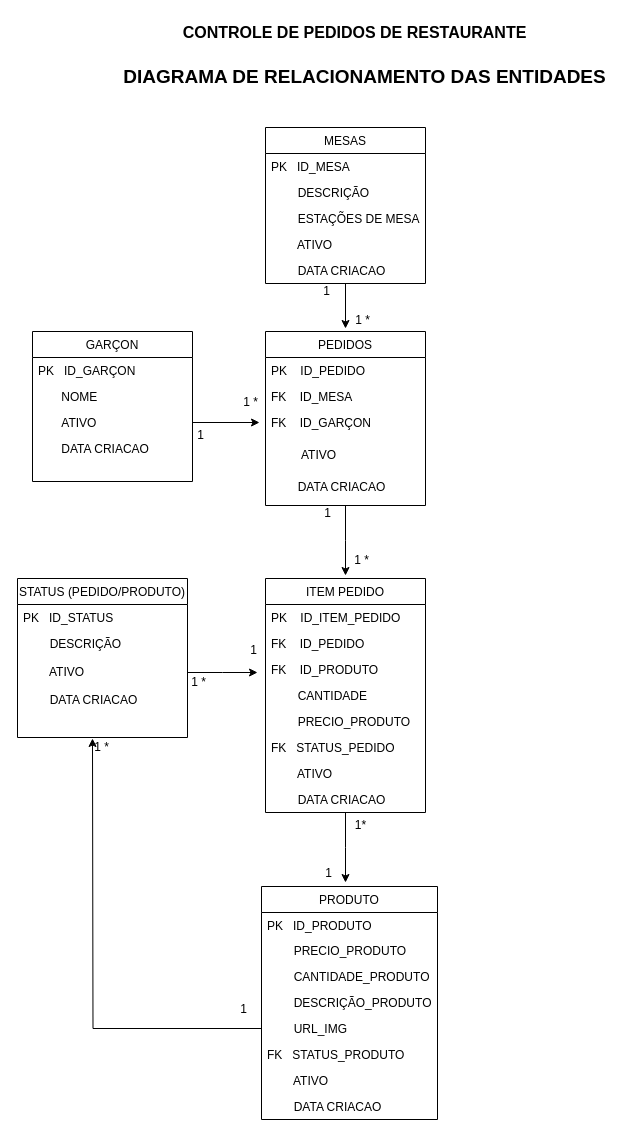
pfabreuave/CURSO_DADOS_PBI keeps this draw.io diagram as diagramas/rest_relaciones.drawio. Above is the earlier version. Source tidied: cells renumbered, new cells numbered last; positions are measured from the earlier drawing's top-left corner, leaving out a move shared by most shapes. Both pictures are drawn from the tidied source at 100%, with x=0, y=0 at pixel (17, 17).
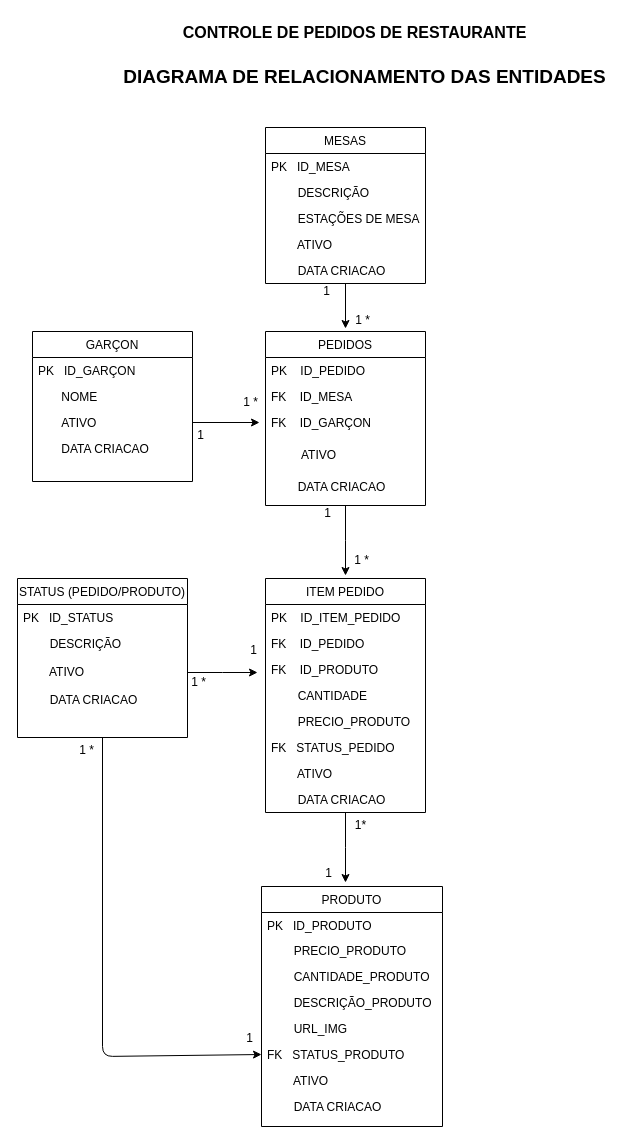
The same diagram, later.

Commit message (it also covers changes not shown here):
se agregan nuevas consultas

Unchanged cells that the change refers to:
```xml
<mxCell id="21" value="STATUS (PEDIDO/PRODUTO)" style="swimlane;fontStyle=0;align=center;verticalAlign=top;horizontal=1;startSize=26;rounded=0;shadow=0;strokeWidth=1;" parent="1" vertex="1">
  <mxGeometry y="561" width="170" height="159" as="geometry" />
</mxCell>
```

Diff of the diagram source:
```diff
@@
+    <mxCell id="62" style="edgeStyle=none;html=1;entryX=0;entryY=0.5;entryDx=0;entryDy=0;" parent="1" edge="1" source="21" target="42">
+      <mxGeometry relative="1" as="geometry">
+        <Array as="points">
+          <mxPoint x="85" y="1039" />
+        </Array>
+      </mxGeometry>
+    </mxCell>
@@
     <mxCell id="36" value="PRODUTO" style="swimlane;fontStyle=0;align=center;verticalAlign=top;horizontal=1;startSize=26;rounded=0;shadow=0;strokeWidth=1;" parent="1" vertex="1">
-      <mxGeometry x="244" y="869" width="176" height="233" as="geometry" />
+      <mxGeometry x="244" y="869" width="181" height="240" as="geometry" />
     </mxCell>
     <mxCell id="37" value="PK   ID_PRODUTO" style="text;align=left;verticalAlign=top;spacingLeft=4;spacingRight=4;overflow=hidden;rounded=0;" parent="36" vertex="1">
-      <mxGeometry y="26" width="176" height="25" as="geometry" />
+      <mxGeometry y="26" width="181" height="25" as="geometry" />
     </mxCell>
     <mxCell id="38" value="        PRECIO_PRODUTO" style="text;align=left;verticalAlign=top;spacingLeft=4;spacingRight=4;overflow=hidden;rounded=0;shadow=0;html=0;" parent="36" vertex="1">
-      <mxGeometry y="51" width="176" height="26" as="geometry" />
+      <mxGeometry y="51" width="181" height="26" as="geometry" />
     </mxCell>
     <mxCell id="39" value="        CANTIDADE_PRODUTO" style="text;align=left;verticalAlign=top;spacingLeft=4;spacingRight=4;overflow=hidden;rounded=0;shadow=0;html=0;" parent="36" vertex="1">
-      <mxGeometry y="77" width="176" height="26" as="geometry" />
+      <mxGeometry y="77" width="181" height="26" as="geometry" />
     </mxCell>
     <mxCell id="40" value="        DESCRIÇÃO_PRODUTO" style="text;align=left;verticalAlign=top;spacingLeft=4;spacingRight=4;overflow=hidden;rounded=0;shadow=0;html=0;" parent="36" vertex="1">
-      <mxGeometry y="103" width="176" height="26" as="geometry" />
+      <mxGeometry y="103" width="181" height="26" as="geometry" />
     </mxCell>
     <mxCell id="41" value="        URL_IMG" style="text;align=left;verticalAlign=top;spacingLeft=4;spacingRight=4;overflow=hidden;points=[[0,0.5],[1,0.5]];portConstraint=eastwest;rounded=0;shadow=0;html=0;" parent="36" vertex="1">
-      <mxGeometry y="129" width="176" height="26" as="geometry" />
+      <mxGeometry y="129" width="181" height="26" as="geometry" />
     </mxCell>
     <mxCell id="42" value="FK   STATUS_PRODUTO" style="text;align=left;verticalAlign=top;spacingLeft=4;spacingRight=4;overflow=hidden;points=[[0,0.5],[1,0.5]];portConstraint=eastwest;rounded=0;shadow=0;html=0;" parent="36" vertex="1">
-      <mxGeometry y="155" width="176" height="26" as="geometry" />
+      <mxGeometry y="155" width="181" height="26" as="geometry" />
     </mxCell>
     <mxCell id="43" value="        ATIVO" style="text;align=left;verticalAlign=top;spacingLeft=4;spacingRight=4;overflow=hidden;rounded=0;shadow=0;html=0;" parent="36" vertex="1">
-      <mxGeometry y="181" width="176" height="26" as="geometry" />
+      <mxGeometry y="181" width="181" height="26" as="geometry" />
     </mxCell>
     <mxCell id="44" value="        DATA CRIACAO" style="text;align=left;verticalAlign=top;spacingLeft=4;spacingRight=4;overflow=hidden;rounded=0;shadow=0;html=0;" parent="36" vertex="1">
-      <mxGeometry y="207" width="176" height="26" as="geometry" />
+      <mxGeometry y="207" width="181" height="26" as="geometry" />
     </mxCell>
@@
-    <mxCell id="49" style="edgeStyle=orthogonalEdgeStyle;rounded=0;jettySize=auto;html=1;" parent="1" edge="1" source="41">
-      <mxGeometry relative="1" as="geometry">
-        <mxPoint x="75" y="721" as="targetPoint" />
-      </mxGeometry>
-    </mxCell>
@@
     <mxCell id="58" value="1 *" style="text;html=1;align=center;verticalAlign=middle;strokeColor=none;fillColor=none;" parent="1" vertex="1">
-      <mxGeometry x="67" y="717" width="33" height="26" as="geometry" />
+      <mxGeometry x="52" y="720" width="33" height="26" as="geometry" />
     </mxCell>
     <mxCell id="59" value="1" style="text;html=1;align=center;verticalAlign=middle;strokeColor=none;fillColor=none;" parent="1" vertex="1">
-      <mxGeometry x="213" y="979" width="25" height="26" as="geometry" />
+      <mxGeometry x="219" y="1008" width="25" height="26" as="geometry" />
     </mxCell>
```
